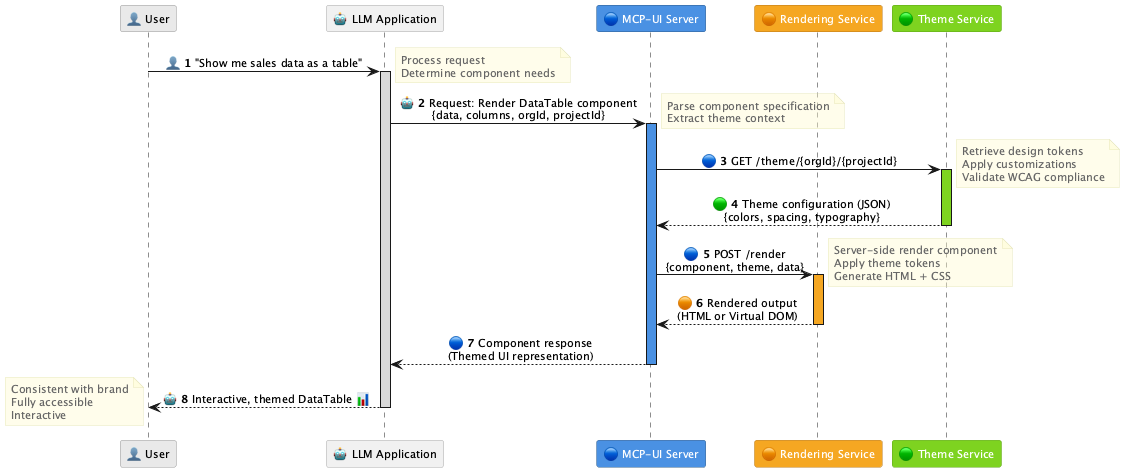
This is plans/full-mcp-ui-workflow/assets/sequence-diagram.png from commercetools/nimbus, a PlantUML export, as it was before one commit. Source of this version:
```plantuml
@startuml
skinparam defaultFontSize 11
skinparam sequenceMessageAlign center
skinparam maxMessageSize 300
hide stereotype

skinparam participant {
  BackgroundColor<<mcp>> #4A90E2
  BorderColor<<mcp>> #2E5C8A
  FontColor<<mcp>> white

  BackgroundColor<<render>> #F5A623
  BorderColor<<render>> #B8791A
  FontColor<<render>> white

  BackgroundColor<<theme>> #7ED321
  BorderColor<<theme>> #5FA319
  FontColor<<theme>> white

  BackgroundColor<<user>> #E8E8E8
  BorderColor<<user>> #999999

  BackgroundColor<<llm>> #F0F0F0
  BorderColor<<llm>> #AAAAAA
}

skinparam sequence {
  LifeLineBackgroundColor<<user>> #E8E8E8
  LifeLineBackgroundColor<<llm>> #D8D8D8
  LifeLineBackgroundColor<<mcp>> #4A90E2
  LifeLineBackgroundColor<<render>> #F5A623
  LifeLineBackgroundColor<<theme>> #7ED321
}

skinparam note {
  BackgroundColor #FFFACD66
  BorderColor #E6E6B8
  FontColor #666666
}

participant "👤 User" as User <<user>>
participant "🤖 LLM Application" as LLM <<llm>>
participant "🔵 MCP-UI Server" as MCP <<mcp>>
participant "🟠 Rendering Service" as Render <<render>>
participant "🟢 Theme Service" as Theme <<theme>>

User -> LLM: 👤 <b>1</b> "Show me sales data as a table"
activate LLM
note right
  Process request
  Determine component needs
end note

LLM -> MCP: 🤖 <b>2</b> Request: Render DataTable component\n{data, columns, orgId, projectId}
activate MCP
note right
  Parse component specification
  Extract theme context
end note

MCP -> Theme: 🔵 <b>3</b> GET /theme/{orgId}/{projectId}
activate Theme
note right
  Retrieve design tokens
  Apply customizations
  Validate WCAG compliance
end note
Theme --> MCP: 🟢 <b>4</b> Theme configuration (JSON)\n{colors, spacing, typography}
deactivate Theme

MCP -> Render: 🔵 <b>5</b> POST /render\n{component, theme, data}
activate Render
note right
  Server-side render component
  Apply theme tokens
  Generate HTML + CSS
end note
Render --> MCP: 🟠 <b>6</b> Rendered output\n(HTML or Virtual DOM)
deactivate Render

MCP --> LLM: 🔵 <b>7</b> Component response\n(Themed UI representation)
deactivate MCP

LLM --> User: 🤖 <b>8</b> Interactive, themed DataTable 📊
deactivate LLM
note left
  Consistent with brand
  Fully accessible
  Interactive
end note

@enduml
```
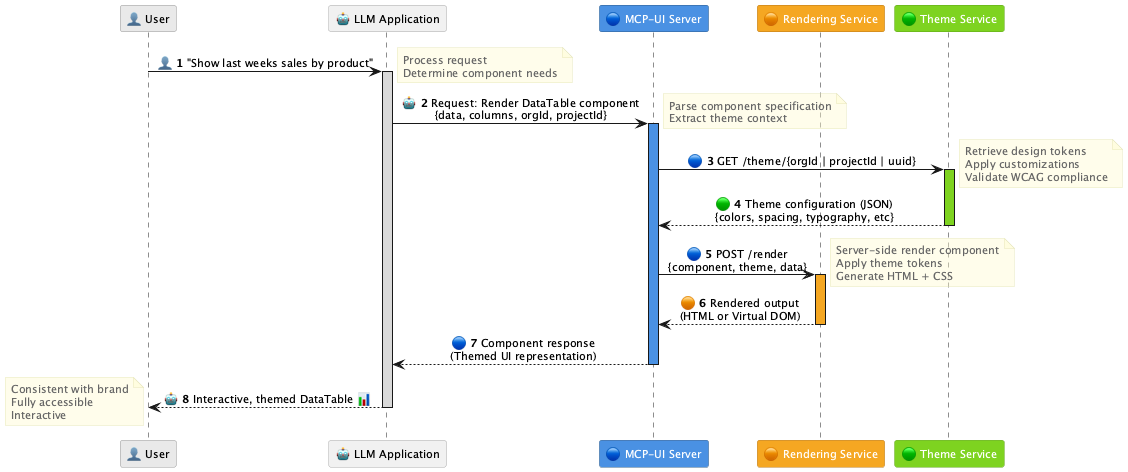
Later version of the same file.

What changed in the source:
```diff
@@ -44,7 +44,7 @@
 participant "🟠 Rendering Service" as Render <<render>>
 participant "🟢 Theme Service" as Theme <<theme>>
 
-User -> LLM: 👤 <b>1</b> "Show me sales data as a table"
+User -> LLM: 👤 <b>1</b> "Show last weeks sales by product"
 activate LLM
 note right
   Process request
@@ -58,14 +58,14 @@
   Extract theme context
 end note
 
-MCP -> Theme: 🔵 <b>3</b> GET /theme/{orgId}/{projectId}
+MCP -> Theme: 🔵 <b>3</b> GET /theme/{orgId | projectId | uuid}
 activate Theme
 note right
   Retrieve design tokens
   Apply customizations
   Validate WCAG compliance
 end note
-Theme --> MCP: 🟢 <b>4</b> Theme configuration (JSON)\n{colors, spacing, typography}
+Theme --> MCP: 🟢 <b>4</b> Theme configuration (JSON)\n{colors, spacing, typography, etc}
 deactivate Theme
 
 MCP -> Render: 🔵 <b>5</b> POST /render\n{component, theme, data}
```
